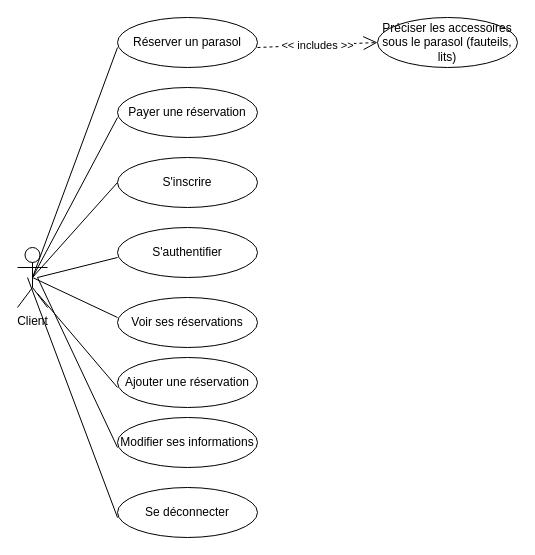
Earlier version of the draw.io diagram page "Page-1" (1 of 3) of business_case_2.drawio (ewan-delanoy/uml_diagram). Source tidied: cells renumbered, new cells numbered last; positions are measured from the earlier drawing's top-left corner, leaving out a move shared by most shapes. Both pictures are drawn from the tidied source at 100%, with x=0, y=0 at pixel (17, 17).
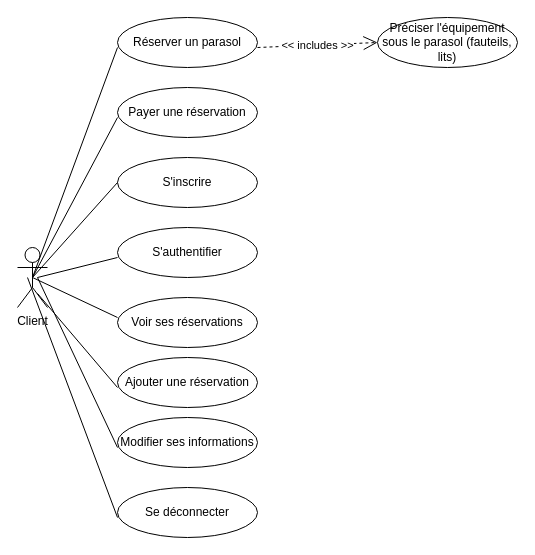
The same diagram, later.

Commit message:
Mettre à jour business_case_2.drawio

Change to the diagram source:
```diff
@@
-    <mxCell id="4" value="Préciser les accessoires sous le parasol (fauteils, lits)" style="ellipse;whiteSpace=wrap;html=1;" parent="1" vertex="1">
+    <mxCell id="4" value="Préciser l'équipement sous le parasol (fauteils, lits)" style="ellipse;whiteSpace=wrap;html=1;" parent="1" vertex="1">
       <mxGeometry x="360" width="140" height="50" as="geometry" />
     </mxCell>
```
